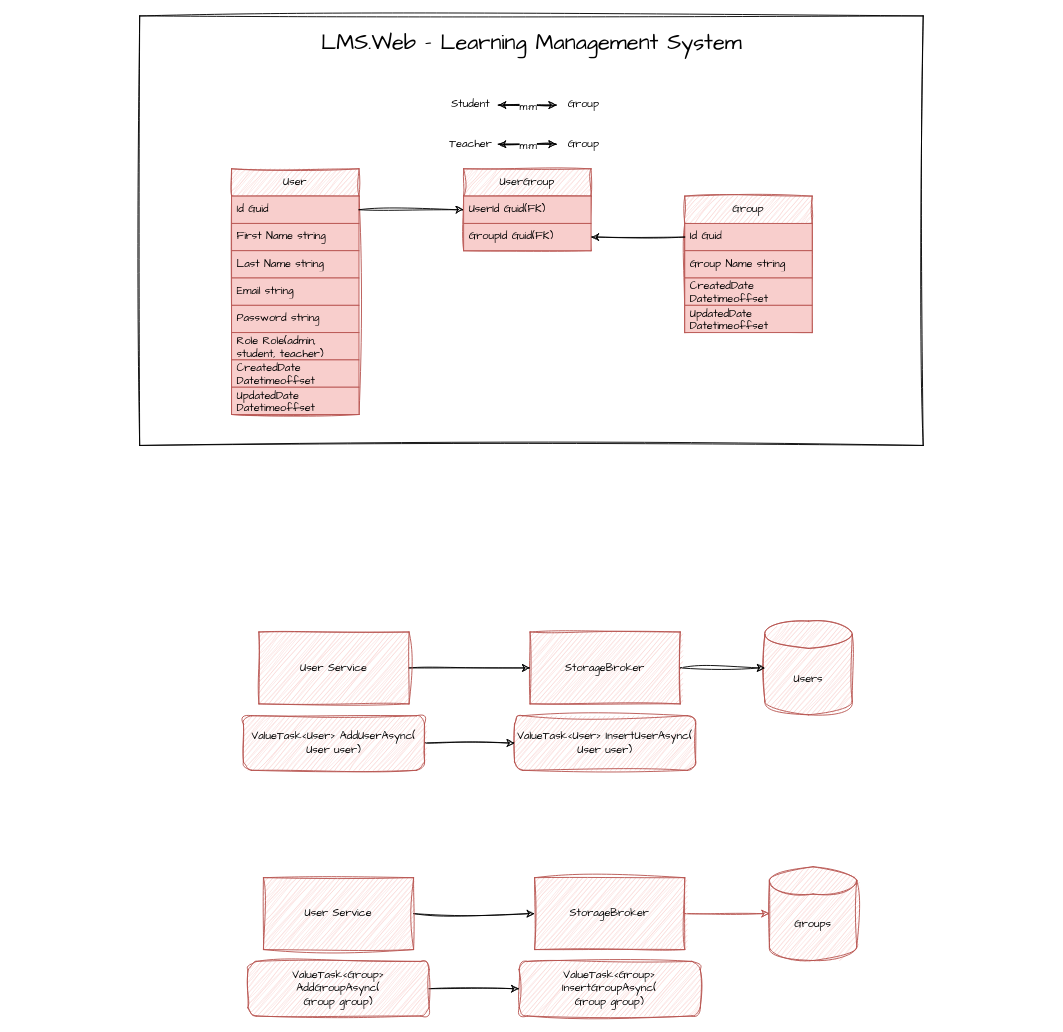
Above: Mohirdev.drawio in ZafarUrakov/MohirdevArhictecture (draw.io), before the change. Source tidied: cells renumbered, new cells numbered last; positions are measured from the earlier drawing's top-left corner, leaving out a move shared by most shapes. Both pictures are drawn from the tidied source at 91%, with x=0, y=0 at pixel (15, 15).
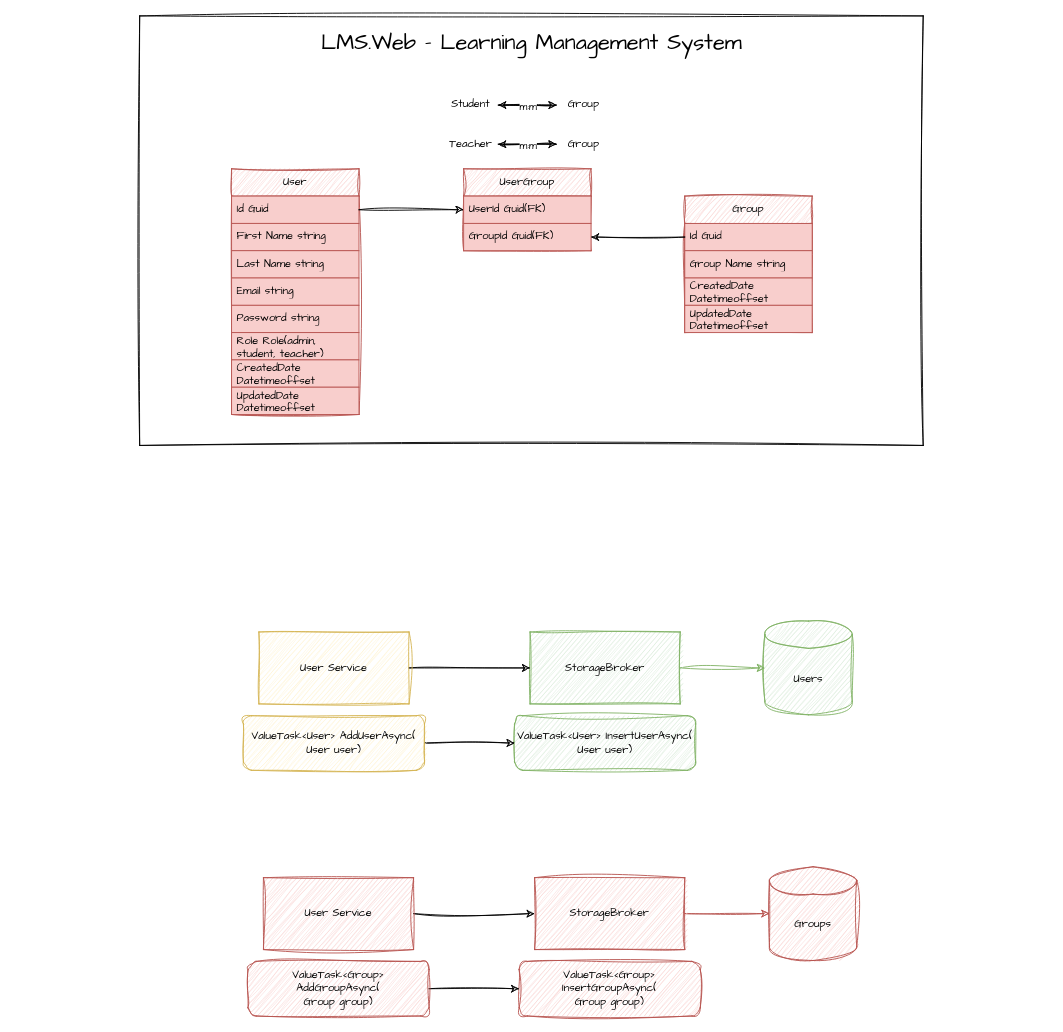
Above is the later version.

Diff of the diagram source:
```diff
@@
-    <mxCell id="33" value="Users" style="shape=cylinder3;whiteSpace=wrap;html=1;boundedLbl=1;backgroundOutline=1;size=15;sketch=1;hachureGap=4;jiggle=2;curveFitting=1;fontFamily=Architects Daughter;fillColor=#f8cecc;strokeColor=#b85450;" parent="1" vertex="1">
+    <mxCell id="33" value="Users" style="shape=cylinder3;whiteSpace=wrap;html=1;boundedLbl=1;backgroundOutline=1;size=15;sketch=1;hachureGap=4;jiggle=2;curveFitting=1;fontFamily=Architects Daughter;fillColor=#d5e8d4;strokeColor=#82b366;" parent="1" vertex="1">
       <mxGeometry x="823" y="665" width="96" height="103" as="geometry" />
     </mxCell>
-    <mxCell id="34" style="edgeStyle=orthogonalEdgeStyle;rounded=0;sketch=1;hachureGap=4;jiggle=2;curveFitting=1;jettySize=auto;html=1;fontFamily=Architects Daughter;" parent="1" edge="1" source="35" target="33">
+    <mxCell id="34" style="edgeStyle=orthogonalEdgeStyle;rounded=0;sketch=1;hachureGap=4;jiggle=2;curveFitting=1;jettySize=auto;html=1;fontFamily=Architects Daughter;fillColor=#d5e8d4;strokeColor=#82b366;" parent="1" edge="1" source="35" target="33">
       <mxGeometry relative="1" as="geometry" />
     </mxCell>
-    <mxCell id="35" value="StorageBroker" style="rounded=0;whiteSpace=wrap;html=1;sketch=1;hachureGap=4;jiggle=2;curveFitting=1;fontFamily=Architects Daughter;fillColor=#f8cecc;strokeColor=#b85450;" parent="1" vertex="1">
+    <mxCell id="35" value="StorageBroker" style="rounded=0;whiteSpace=wrap;html=1;sketch=1;hachureGap=4;jiggle=2;curveFitting=1;fontFamily=Architects Daughter;fillColor=#d5e8d4;strokeColor=#82b366;" parent="1" vertex="1">
       <mxGeometry x="565" y="677" width="165" height="79" as="geometry" />
     </mxCell>
-    <mxCell id="36" value="ValueTask&amp;lt;User&amp;gt; InsertUserAsync(&lt;div&gt;User user)&lt;/div&gt;" style="rounded=1;whiteSpace=wrap;html=1;sketch=1;hachureGap=4;jiggle=2;curveFitting=1;fontFamily=Architects Daughter;fillColor=#f8cecc;strokeColor=#b85450;" parent="1" vertex="1">
+    <mxCell id="36" value="ValueTask&amp;lt;User&amp;gt; InsertUserAsync(&lt;div&gt;User user)&lt;/div&gt;" style="rounded=1;whiteSpace=wrap;html=1;sketch=1;hachureGap=4;jiggle=2;curveFitting=1;fontFamily=Architects Daughter;fillColor=#d5e8d4;strokeColor=#82b366;" parent="1" vertex="1">
       <mxGeometry x="548" y="769" width="199" height="60" as="geometry" />
     </mxCell>
@@
-    <mxCell id="38" value="User Service" style="rounded=0;whiteSpace=wrap;html=1;sketch=1;hachureGap=4;jiggle=2;curveFitting=1;fontFamily=Architects Daughter;fillColor=#f8cecc;strokeColor=#b85450;" parent="1" vertex="1">
+    <mxCell id="38" value="User Service" style="rounded=0;whiteSpace=wrap;html=1;sketch=1;hachureGap=4;jiggle=2;curveFitting=1;fontFamily=Architects Daughter;fillColor=#fff2cc;strokeColor=#d6b656;" parent="1" vertex="1">
       <mxGeometry x="267" y="677" width="165" height="79" as="geometry" />
     </mxCell>
@@
-    <mxCell id="40" value="ValueTask&amp;lt;User&amp;gt; AddUserAsync(&lt;div&gt;User user)&lt;/div&gt;" style="rounded=1;whiteSpace=wrap;html=1;sketch=1;hachureGap=4;jiggle=2;curveFitting=1;fontFamily=Architects Daughter;fillColor=#f8cecc;strokeColor=#b85450;" parent="1" vertex="1">
+    <mxCell id="40" value="ValueTask&amp;lt;User&amp;gt; AddUserAsync(&lt;div&gt;User user)&lt;/div&gt;" style="rounded=1;whiteSpace=wrap;html=1;sketch=1;hachureGap=4;jiggle=2;curveFitting=1;fontFamily=Architects Daughter;fillColor=#fff2cc;strokeColor=#d6b656;" parent="1" vertex="1">
       <mxGeometry x="250" y="769" width="199" height="60" as="geometry" />
     </mxCell>
```
